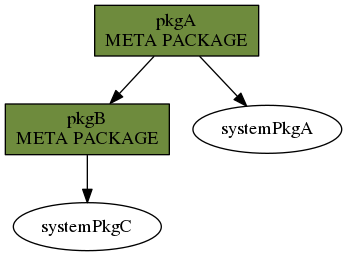
Above: examples/example-graph.png in f18m/rpm-spec-dependency-analyzer (Graphviz), before the change. Its source is kept beside it as examples/example-graph.dot. Its diagram source:
```dot
digraph Dependencies {
pkgA [shape=box style="filled" fillcolor=darkolivegreen4 label="pkgA\nMETA PACKAGE"]
pkgB [shape=box style="filled" fillcolor=darkolivegreen4 label="pkgB\nMETA PACKAGE"]
pkgA -> systemPkgA
pkgA -> pkgB
pkgB -> systemPkgC
}
```
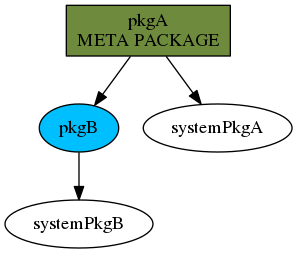
Above is the later version.

Diff of the diagram source:
```diff
@@ -1,7 +1,7 @@
 digraph Dependencies {
 pkgA [shape=box style="filled" fillcolor=darkolivegreen4 label="pkgA\nMETA PACKAGE"]
-pkgB [shape=box style="filled" fillcolor=darkolivegreen4 label="pkgB\nMETA PACKAGE"]
+pkgB [shape=ellipse style="filled" fillcolor=deepskyblue1 label="pkgB"]
 pkgA -> systemPkgA
 pkgA -> pkgB
-pkgB -> systemPkgC
+pkgB -> systemPkgB
 }
```
